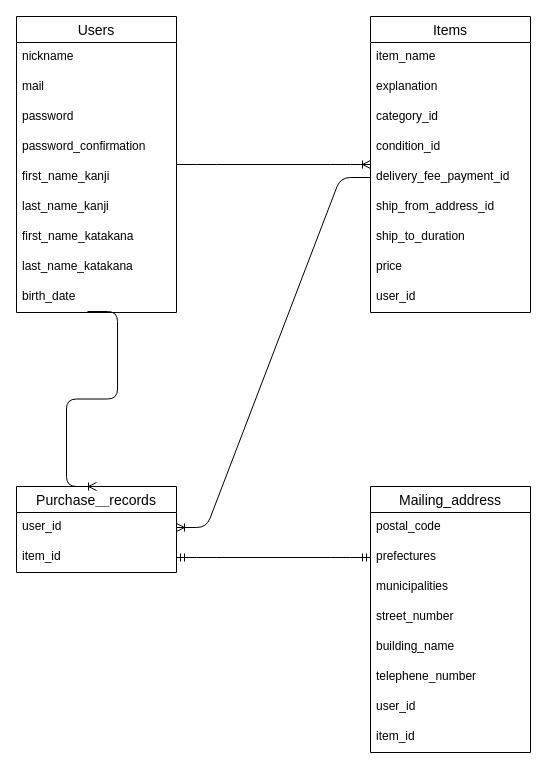
Lubellum/furima-36670 keeps this draw.io diagram as er_illustration.dio. Above is the earlier version. Source tidied: cells renumbered, new cells numbered last; positions are measured from the earlier drawing's top-left corner, leaving out a move shared by most shapes. Both pictures are drawn from the tidied source at 100%, with x=0, y=0 at pixel (16, 16).
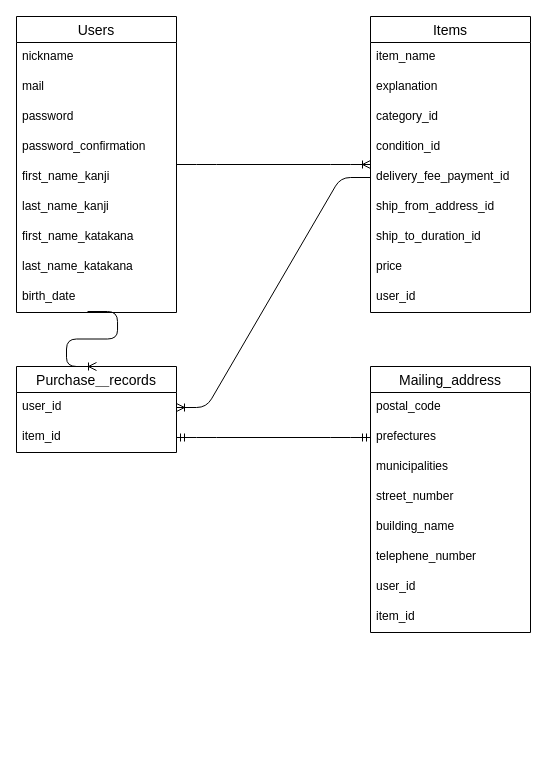
Above is the later version.

Commit message:
ER図の配置編集

カラムが増え、画面から見切れてしまっていたので

The change refers to these unchanged cells:
```xml
<mxCell id="12" value="Items" style="swimlane;fontStyle=0;horizontal=1;startSize=26;align=center;fontSize=14;" parent="1" vertex="1">
  <mxGeometry x="354" width="160" height="296" as="geometry" />
</mxCell>
```

Diff of the diagram source:
```diff
@@
-    <mxCell id="19" value="ship_to_duration" style="text;strokeColor=none;fillColor=none;spacingLeft=4;spacingRight=4;overflow=hidden;fontSize=12;" parent="12" vertex="1">
+    <mxCell id="19" value="ship_to_duration_id" style="text;strokeColor=none;fillColor=none;spacingLeft=4;spacingRight=4;overflow=hidden;fontSize=12;" parent="12" vertex="1">
       <mxGeometry y="206" width="160" height="30" as="geometry" />
     </mxCell>
@@
     <mxCell id="23" value="Mailing_address" style="swimlane;fontStyle=0;horizontal=1;startSize=26;align=center;fontSize=14;" parent="1" vertex="1">
-      <mxGeometry x="354" y="470" width="160" height="266" as="geometry" />
+      <mxGeometry x="354" y="350" width="160" height="266" as="geometry" />
     </mxCell>
@@
     <mxCell id="32" value="Purchase＿records" style="swimlane;fontStyle=0;horizontal=1;startSize=26;align=center;fontSize=14;" parent="1" vertex="1">
-      <mxGeometry y="470" width="160" height="86" as="geometry" />
+      <mxGeometry y="350" width="160" height="86" as="geometry" />
     </mxCell>
```
